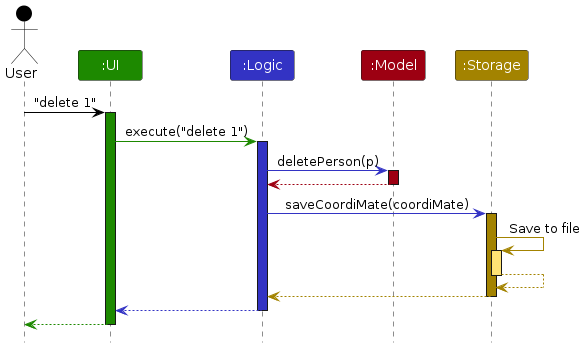
Before: diagrams/ArchitectureSequenceDiagram.png, a diagram exported from PlantUML (AY2627S1-CS2103T-W12-3/tp). Its source is kept beside it as diagrams/ArchitectureSequenceDiagram.puml. Its diagram source:
```plantuml
@startuml
!include style.puml
skinparam ArrowFontStyle plain

Actor User as user USER_COLOR
Participant ":UI" as ui UI_COLOR
Participant ":Logic" as logic LOGIC_COLOR
Participant ":Model" as model MODEL_COLOR
Participant ":Storage" as storage STORAGE_COLOR

user -[USER_COLOR]> ui : "delete 1"
activate ui UI_COLOR

ui -[UI_COLOR]> logic : execute("delete 1")
activate logic LOGIC_COLOR

logic -[LOGIC_COLOR]> model : deletePerson(p)
activate model MODEL_COLOR

model -[MODEL_COLOR]-> logic
deactivate model

logic -[LOGIC_COLOR]> storage : saveCoordiMate(coordiMate)
activate storage STORAGE_COLOR

storage -[STORAGE_COLOR]> storage : Save to file
activate storage STORAGE_COLOR_T1
storage --[STORAGE_COLOR]> storage
deactivate storage

storage --[STORAGE_COLOR]> logic
deactivate storage

logic --[LOGIC_COLOR]> ui
deactivate logic

ui--[UI_COLOR]> user
deactivate ui
@enduml
```
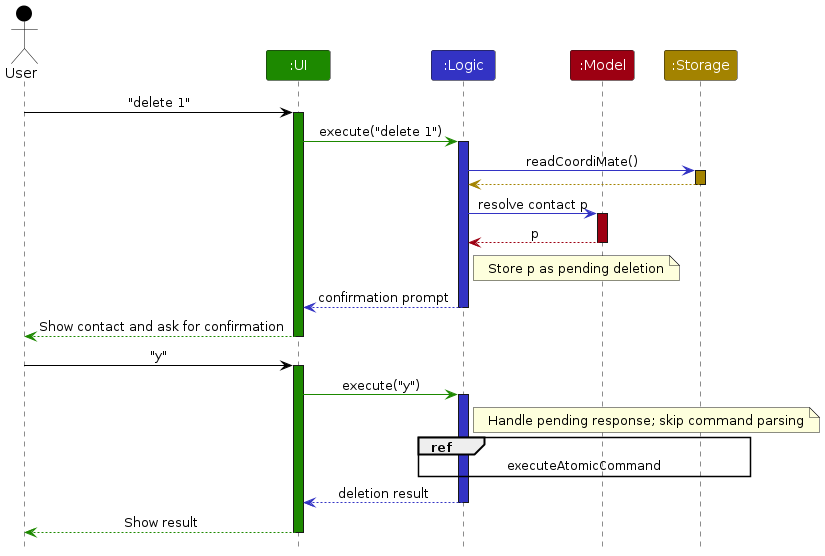
The same diagram one commit later.

Diff of the diagram source:
```diff
@@ -10,30 +10,37 @@
 
 user -[USER_COLOR]> ui : "delete 1"
 activate ui UI_COLOR
-
 ui -[UI_COLOR]> logic : execute("delete 1")
 activate logic LOGIC_COLOR
 
-logic -[LOGIC_COLOR]> model : deletePerson(p)
-activate model MODEL_COLOR
-
-model -[MODEL_COLOR]-> logic
-deactivate model
-
-logic -[LOGIC_COLOR]> storage : saveCoordiMate(coordiMate)
+logic -[LOGIC_COLOR]> storage : readCoordiMate()
 activate storage STORAGE_COLOR
-
-storage -[STORAGE_COLOR]> storage : Save to file
-activate storage STORAGE_COLOR_T1
-storage --[STORAGE_COLOR]> storage
-deactivate storage
-
 storage --[STORAGE_COLOR]> logic
 deactivate storage
 
-logic --[LOGIC_COLOR]> ui
+logic -[LOGIC_COLOR]> model : resolve contact p
+activate model MODEL_COLOR
+model --[MODEL_COLOR]> logic : p
+deactivate model
+
+note right of logic : Store p as pending deletion
+logic --[LOGIC_COLOR]> ui : confirmation prompt
 deactivate logic
+ui --[UI_COLOR]> user : Show contact and ask for confirmation
+deactivate ui
 
-ui--[UI_COLOR]> user
+user -[USER_COLOR]> ui : "y"
+activate ui UI_COLOR
+ui -[UI_COLOR]> logic : execute("y")
+activate logic LOGIC_COLOR
+note right of logic : Handle pending response; skip command parsing
+
+ref over logic, model, storage
+  executeAtomicCommand
+end ref
+
+logic --[LOGIC_COLOR]> ui : deletion result
+deactivate logic
+ui --[UI_COLOR]> user : Show result
 deactivate ui
 @enduml
```
